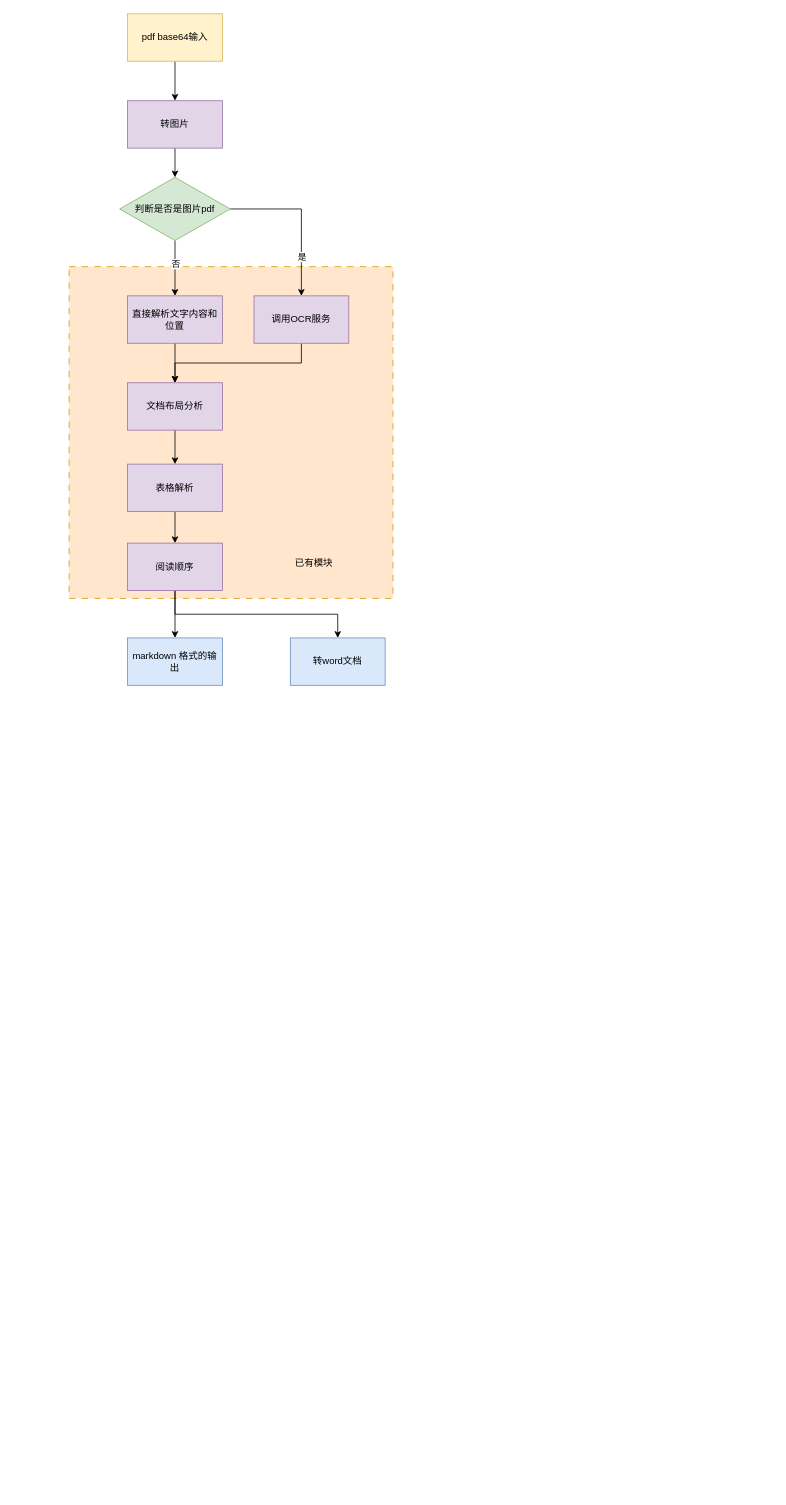
Before: 长文档.drawio in archwolf118/AI, a draw.io diagram. Source tidied: cells renumbered, new cells numbered last; positions are measured from the earlier drawing's top-left corner, leaving out a move shared by most shapes. Both pictures are drawn from the tidied source at 79%, with x=0, y=0 at pixel (69, 13).
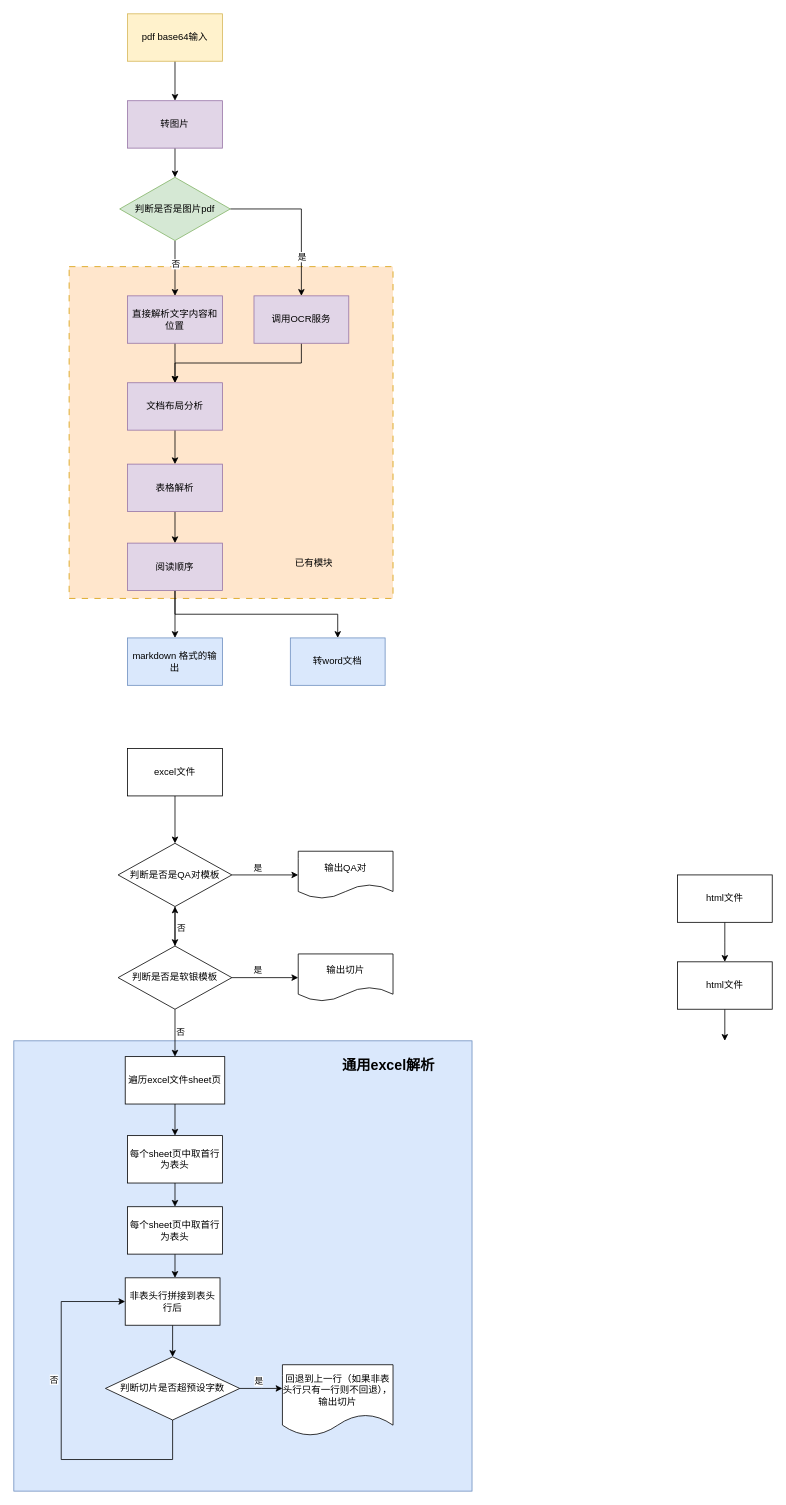
The same diagram, later.

The edit, as a diff of the source:
```diff
@@
+    <mxCell id="25" style="rounded=0;whiteSpace=wrap;html=1;fillColor=#dae8fc;strokeColor=#6c8ebf;" parent="1" vertex="1">
+      <mxGeometry x="-70" y="1300" width="580" height="570" as="geometry" />
+    </mxCell>
@@
+    <mxCell id="26" style="edgeStyle=orthogonalEdgeStyle;rounded=0;jettySize=auto;html=1;exitX=0.5;exitY=1;exitDx=0;exitDy=0;entryX=0.5;entryY=0;entryDx=0;entryDy=0;" parent="1" edge="1" source="27" target="32">
+      <mxGeometry relative="1" as="geometry" />
+    </mxCell>
+    <mxCell id="27" value="excel文件" style="rounded=0;whiteSpace=wrap;html=1;" parent="1" vertex="1">
+      <mxGeometry x="74" y="930" width="120" height="60" as="geometry" />
+    </mxCell>
+    <mxCell id="28" style="edgeStyle=orthogonalEdgeStyle;rounded=0;jettySize=auto;html=1;exitX=1;exitY=0.5;exitDx=0;exitDy=0;" parent="1" edge="1" source="32">
+      <mxGeometry relative="1" as="geometry">
+        <mxPoint x="290" y="1090" as="targetPoint" />
+      </mxGeometry>
+    </mxCell>
+    <mxCell id="29" value="是" style="edgeLabel;html=1;align=center;verticalAlign=middle;" parent="28" vertex="1">
+      <mxGeometry x="-0.24" y="3" relative="1" as="geometry">
+        <mxPoint y="-7" as="offset" />
+      </mxGeometry>
+    </mxCell>
+    <mxCell id="30" style="edgeStyle=orthogonalEdgeStyle;rounded=0;jettySize=auto;html=1;exitX=0.5;exitY=1;exitDx=0;exitDy=0;" parent="1" edge="1" source="32">
+      <mxGeometry relative="1" as="geometry">
+        <mxPoint x="134" y="1180" as="targetPoint" />
+      </mxGeometry>
+    </mxCell>
+    <mxCell id="31" value="否" style="edgeLabel;html=1;align=center;verticalAlign=middle;" parent="30" vertex="1">
+      <mxGeometry x="0.01" y="1" relative="1" as="geometry">
+        <mxPoint x="6" y="1" as="offset" />
+      </mxGeometry>
+    </mxCell>
+    <mxCell id="32" value="判断是否是QA对模板" style="rhombus;whiteSpace=wrap;html=1;" parent="1" vertex="1">
+      <mxGeometry x="62" y="1050" width="144" height="80" as="geometry" />
+    </mxCell>
+    <mxCell id="33" value="输出QA对" style="shape=document;whiteSpace=wrap;html=1;boundedLbl=1;" parent="1" vertex="1">
+      <mxGeometry x="290" y="1060" width="120" height="60" as="geometry" />
+    </mxCell>
+    <mxCell id="34" style="edgeStyle=orthogonalEdgeStyle;rounded=0;jettySize=auto;html=1;exitX=1;exitY=0.5;exitDx=0;exitDy=0;" parent="1" edge="1" source="39">
+      <mxGeometry relative="1" as="geometry">
+        <mxPoint x="290" y="1220" as="targetPoint" />
+      </mxGeometry>
+    </mxCell>
+    <mxCell id="35" value="是" style="edgeLabel;html=1;align=center;verticalAlign=middle;" parent="34" vertex="1">
+      <mxGeometry x="-0.24" y="3" relative="1" as="geometry">
+        <mxPoint y="-7" as="offset" />
+      </mxGeometry>
+    </mxCell>
+    <mxCell id="36" style="edgeStyle=orthogonalEdgeStyle;rounded=0;jettySize=auto;html=1;exitX=0.5;exitY=1;exitDx=0;exitDy=0;" parent="1" edge="1" source="39">
+      <mxGeometry relative="1" as="geometry">
+        <mxPoint x="134" y="1320" as="targetPoint" />
+      </mxGeometry>
+    </mxCell>
+    <mxCell id="37" value="否" style="edgeLabel;html=1;align=center;verticalAlign=middle;" parent="36" vertex="1">
+      <mxGeometry x="-0.16" relative="1" as="geometry">
+        <mxPoint x="6" y="3" as="offset" />
+      </mxGeometry>
+    </mxCell>
+    <mxCell id="38" style="edgeStyle=orthogonalEdgeStyle;rounded=0;jettySize=auto;html=1;" parent="1" edge="1" source="39" target="32">
+      <mxGeometry relative="1" as="geometry" />
+    </mxCell>
+    <mxCell id="39" value="判断是否是软银模板" style="rhombus;whiteSpace=wrap;html=1;" parent="1" vertex="1">
+      <mxGeometry x="62" y="1180" width="144" height="80" as="geometry" />
+    </mxCell>
+    <mxCell id="40" value="输出切片" style="shape=document;whiteSpace=wrap;html=1;boundedLbl=1;" parent="1" vertex="1">
+      <mxGeometry x="290" y="1190" width="120" height="60" as="geometry" />
+    </mxCell>
+    <mxCell id="41" style="edgeStyle=orthogonalEdgeStyle;rounded=0;jettySize=auto;html=1;exitX=0.5;exitY=1;exitDx=0;exitDy=0;entryX=0.5;entryY=0;entryDx=0;entryDy=0;" parent="1" edge="1" source="42" target="44">
+      <mxGeometry relative="1" as="geometry" />
+    </mxCell>
+    <mxCell id="42" value="遍历excel文件sheet页" style="rounded=0;whiteSpace=wrap;html=1;" parent="1" vertex="1">
+      <mxGeometry x="71" y="1320" width="126" height="60" as="geometry" />
+    </mxCell>
+    <mxCell id="43" style="edgeStyle=orthogonalEdgeStyle;rounded=0;jettySize=auto;html=1;exitX=0.5;exitY=1;exitDx=0;exitDy=0;entryX=0.5;entryY=0;entryDx=0;entryDy=0;" parent="1" edge="1" source="44" target="46">
+      <mxGeometry relative="1" as="geometry" />
+    </mxCell>
+    <mxCell id="44" value="每个sheet页中取首行为表头" style="rounded=0;whiteSpace=wrap;html=1;" parent="1" vertex="1">
+      <mxGeometry x="74" y="1420" width="120" height="60" as="geometry" />
+    </mxCell>
+    <mxCell id="45" style="edgeStyle=orthogonalEdgeStyle;rounded=0;jettySize=auto;html=1;exitX=0.5;exitY=1;exitDx=0;exitDy=0;" parent="1" edge="1" source="46">
+      <mxGeometry relative="1" as="geometry">
+        <mxPoint x="134" y="1600" as="targetPoint" />
+      </mxGeometry>
+    </mxCell>
+    <mxCell id="46" value="每个sheet页中取首行为表头" style="rounded=0;whiteSpace=wrap;html=1;" parent="1" vertex="1">
+      <mxGeometry x="74" y="1510" width="120" height="60" as="geometry" />
+    </mxCell>
+    <mxCell id="47" style="edgeStyle=orthogonalEdgeStyle;rounded=0;jettySize=auto;html=1;exitX=0.5;exitY=1;exitDx=0;exitDy=0;entryX=0.5;entryY=0;entryDx=0;entryDy=0;" parent="1" edge="1" source="48" target="53">
+      <mxGeometry relative="1" as="geometry" />
+    </mxCell>
+    <mxCell id="48" value="非表头行拼接到表头行后" style="rounded=0;whiteSpace=wrap;html=1;" parent="1" vertex="1">
+      <mxGeometry x="71" y="1600" width="120" height="60" as="geometry" />
+    </mxCell>
+    <mxCell id="49" style="edgeStyle=orthogonalEdgeStyle;rounded=0;jettySize=auto;html=1;exitX=1;exitY=0.5;exitDx=0;exitDy=0;" parent="1" edge="1" source="53">
+      <mxGeometry relative="1" as="geometry">
+        <mxPoint x="270" y="1740" as="targetPoint" />
+      </mxGeometry>
+    </mxCell>
+    <mxCell id="50" value="是" style="edgeLabel;html=1;align=center;verticalAlign=middle;" parent="49" vertex="1">
+      <mxGeometry x="0.08" y="4" relative="1" as="geometry">
+        <mxPoint x="-5" y="-6" as="offset" />
+      </mxGeometry>
+    </mxCell>
+    <mxCell id="51" style="edgeStyle=orthogonalEdgeStyle;rounded=0;jettySize=auto;html=1;exitX=0.5;exitY=1;exitDx=0;exitDy=0;entryX=0;entryY=0.5;entryDx=0;entryDy=0;" parent="1" edge="1" source="53" target="48">
+      <mxGeometry relative="1" as="geometry">
+        <Array as="points">
+          <mxPoint x="131" y="1830" />
+          <mxPoint x="-10" y="1830" />
+          <mxPoint x="-10" y="1630" />
+        </Array>
+      </mxGeometry>
+    </mxCell>
+    <mxCell id="52" value="否" style="edgeLabel;html=1;align=center;verticalAlign=middle;" parent="51" vertex="1">
+      <mxGeometry x="0.24" y="-3" relative="1" as="geometry">
+        <mxPoint x="-13" as="offset" />
+      </mxGeometry>
+    </mxCell>
+    <mxCell id="53" value="判断切片是否超预设字数" style="rhombus;whiteSpace=wrap;html=1;" parent="1" vertex="1">
+      <mxGeometry x="46" y="1700" width="170" height="80" as="geometry" />
+    </mxCell>
+    <mxCell id="54" value="回退到上一行（如果非表头行只有一行则不回退），输出切片" style="shape=document;whiteSpace=wrap;html=1;boundedLbl=1;" parent="1" vertex="1">
+      <mxGeometry x="270" y="1710" width="140" height="90" as="geometry" />
+    </mxCell>
+    <mxCell id="55" value="&lt;font style=&quot;font-size: 18px;&quot;&gt;通用excel解析&lt;/font&gt;" style="text;strokeColor=none;fillColor=none;html=1;fontSize=24;fontStyle=1;verticalAlign=middle;align=center;" parent="1" vertex="1">
+      <mxGeometry x="354" y="1310" width="100" height="40" as="geometry" />
+    </mxCell>
+    <mxCell id="56" style="edgeStyle=orthogonalEdgeStyle;rounded=0;jettySize=auto;html=1;exitX=0.5;exitY=1;exitDx=0;exitDy=0;" parent="1" edge="1" source="57">
+      <mxGeometry relative="1" as="geometry">
+        <mxPoint x="830" y="1200" as="targetPoint" />
+      </mxGeometry>
+    </mxCell>
+    <mxCell id="57" value="html文件" style="rounded=0;whiteSpace=wrap;html=1;" parent="1" vertex="1">
+      <mxGeometry x="770" y="1090" width="120" height="60" as="geometry" />
+    </mxCell>
+    <mxCell id="58" style="edgeStyle=orthogonalEdgeStyle;rounded=0;jettySize=auto;html=1;exitX=0.5;exitY=1;exitDx=0;exitDy=0;" parent="1" edge="1" source="59">
+      <mxGeometry relative="1" as="geometry">
+        <mxPoint x="830" y="1300" as="targetPoint" />
+      </mxGeometry>
+    </mxCell>
+    <mxCell id="59" value="html文件" style="rounded=0;whiteSpace=wrap;html=1;" parent="1" vertex="1">
+      <mxGeometry x="770" y="1200" width="120" height="60" as="geometry" />
+    </mxCell>
```
